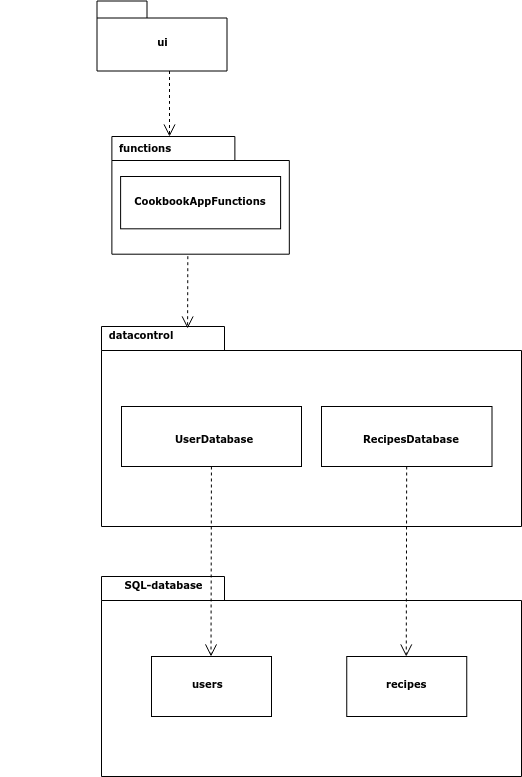
Earlier version of the draw.io export dokumentaatio/kuvat/ohte_package_diagram_2.png (MillaKelhu/ot-harjoitustyo). Source tidied: cells renumbered, new cells last; positions are measured from the earlier drawing's top-left corner, leaving out a move shared by most shapes.
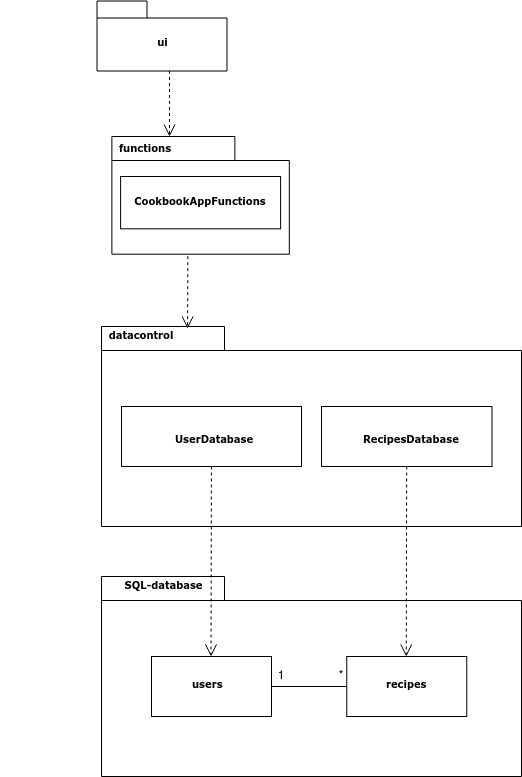
The same diagram one commit later.

Change to the diagram source:
```diff
@@ -73,5 +73,16 @@
         <mxPoint x="404.8" y="656" as="targetPoint" />
       </mxGeometry>
     </mxCell>
+    <mxCell id="24" style="endArrow=none;html=1;entryX=0;entryY=0.5;entryDx=0;entryDy=0;" parent="1" edge="1" target="20">
+      <mxGeometry relative="1" as="geometry">
+        <mxPoint x="270" y="686" as="sourcePoint" />
+      </mxGeometry>
+    </mxCell>
+    <mxCell id="25" value="1" style="text;html=1;strokeColor=none;fillColor=none;align=center;verticalAlign=middle;whiteSpace=wrap;rounded=0;" parent="1" vertex="1">
+      <mxGeometry x="260" y="666" width="40" height="20" as="geometry" />
+    </mxCell>
+    <mxCell id="26" value="*" style="text;html=1;strokeColor=none;fillColor=none;align=center;verticalAlign=middle;whiteSpace=wrap;rounded=0;" parent="1" vertex="1">
+      <mxGeometry x="320" y="666" width="40" height="20" as="geometry" />
+    </mxCell>
   </root>
 </mxGraphModel>
```
